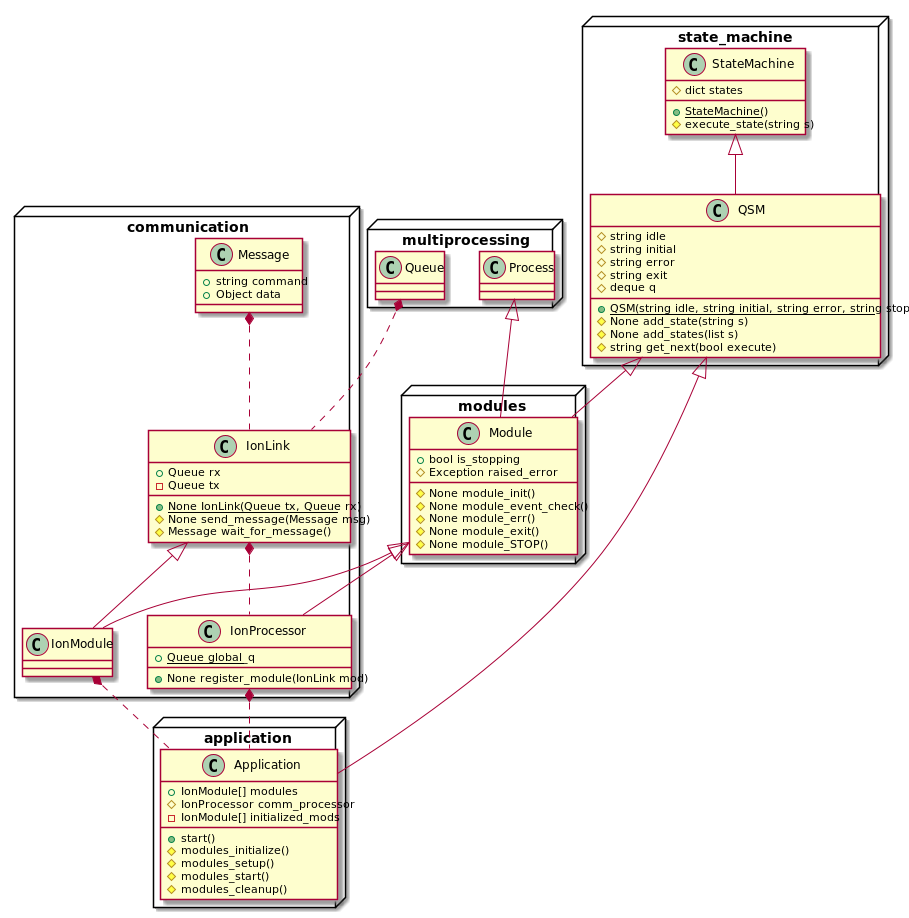
The PlantUML diagram Documentation/heirarchy.png in aaron-jencks/ion_application, before a commit. Its diagram source:
```plantuml
@startuml

package multiprocessing <<Node>>{

    class Process
    class Queue

}

package state_machine <<Node>>{

    class StateMachine{
        #dict states

        {static} +StateMachine()
        #execute_state(string s)
    }

    class QSM{
        #string idle
        #string initial
        #string error
        #string exit
        #deque q

        {static} +QSM(string idle, string initial, string error, string stop)
        #None add_state(string s)
        #None add_states(list s)
        #string get_next(bool execute)
    }

    StateMachine <|-- QSM

}

package modules <<Node>>{

    class Module{
        +bool is_stopping
        #Exception raised_error

        #None module_init()
        #None module_event_check()
        #None module_err()
        #None module_exit()
        #None module_STOP()
    }

    Process <|-- Module
    QSM <|-- Module

}

package communication <<Node>>{

    class Message{
        +string command
        +Object data
    }

    class IonLink{
        +Queue rx
        -Queue tx

        {static} +None IonLink(Queue tx, Queue rx)
        #None send_message(Message msg)
        #Message wait_for_message()
    }

    Queue *.. IonLink
    Message *.. IonLink

    class IonModule{
    }

    Module <|-- IonModule
    IonLink <|-- IonModule

    class IonProcessor{
        {static} +Queue global_q

        +None register_module(IonLink mod)
    }

    Module <|-- IonProcessor
    IonLink *.. IonProcessor

}

package application <<Node>>{

    class Application{
        +IonModule[] modules
        #IonProcessor comm_processor
        -IonModule[] initialized_mods

        +start()
        #modules_initialize()
        #modules_setup()
        #modules_start()
        #modules_cleanup()
    }

    QSM <|-- Application
    IonModule *.. Application
    IonProcessor *.. Application

}
@enduml
```
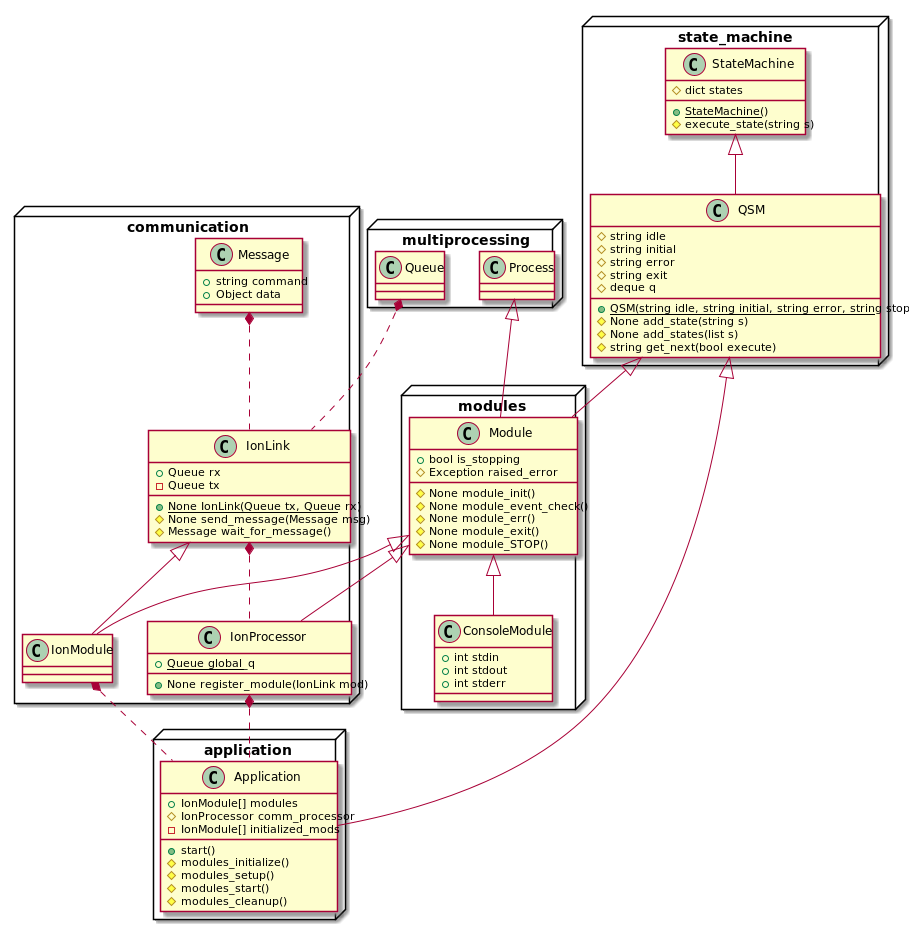
After the change.

What changed in the source:
```diff
@@ -48,6 +48,14 @@
 
     Process <|-- Module
     QSM <|-- Module
+
+    class ConsoleModule{
+        +int stdin
+        +int stdout
+        +int stderr
+    }
+
+    Module <|-- ConsoleModule
 
 }
 
```
